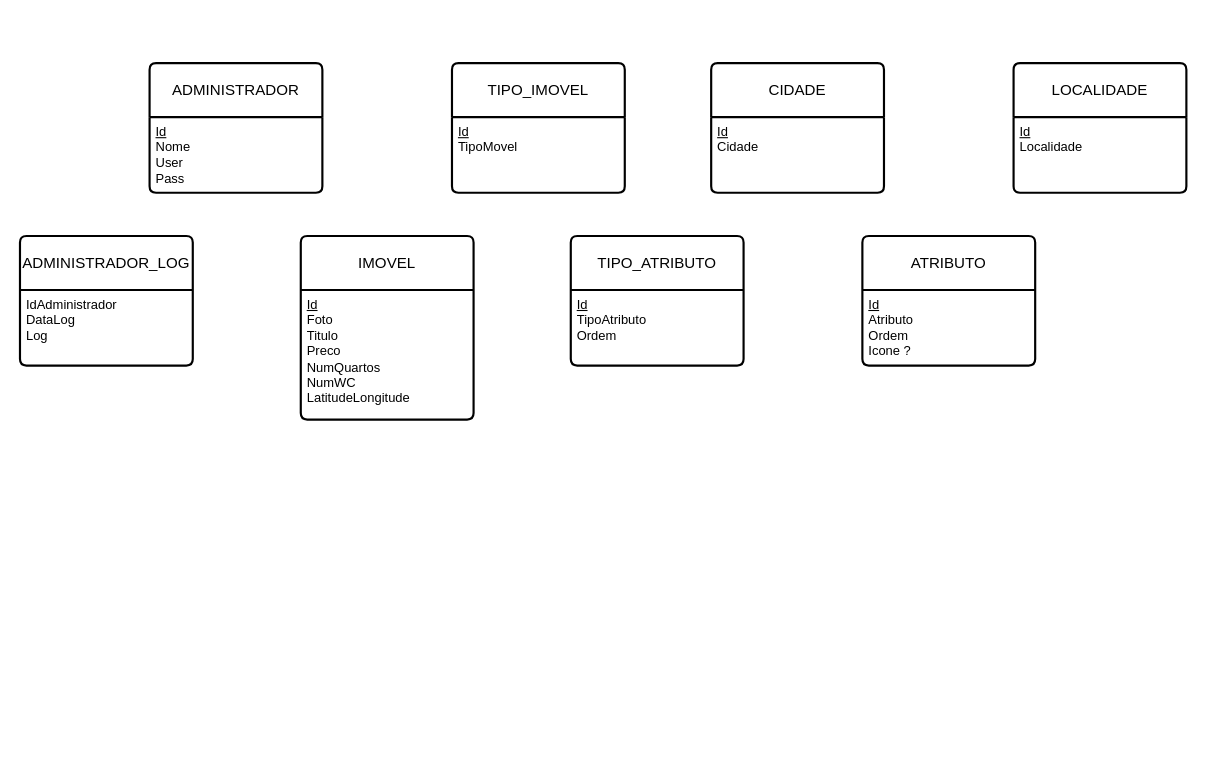
The draw.io diagram 2P-0811-TESTE-2-14625.drawio in HenriqueINA/An-lise-de-Sistemas, before the edit. Source tidied: cells renumbered, new cells numbered last; positions are measured from the earlier drawing's top-left corner, leaving out a move shared by most shapes. Both pictures are drawn from the tidied source at 108%, with x=0, y=0 at pixel (19, 63).
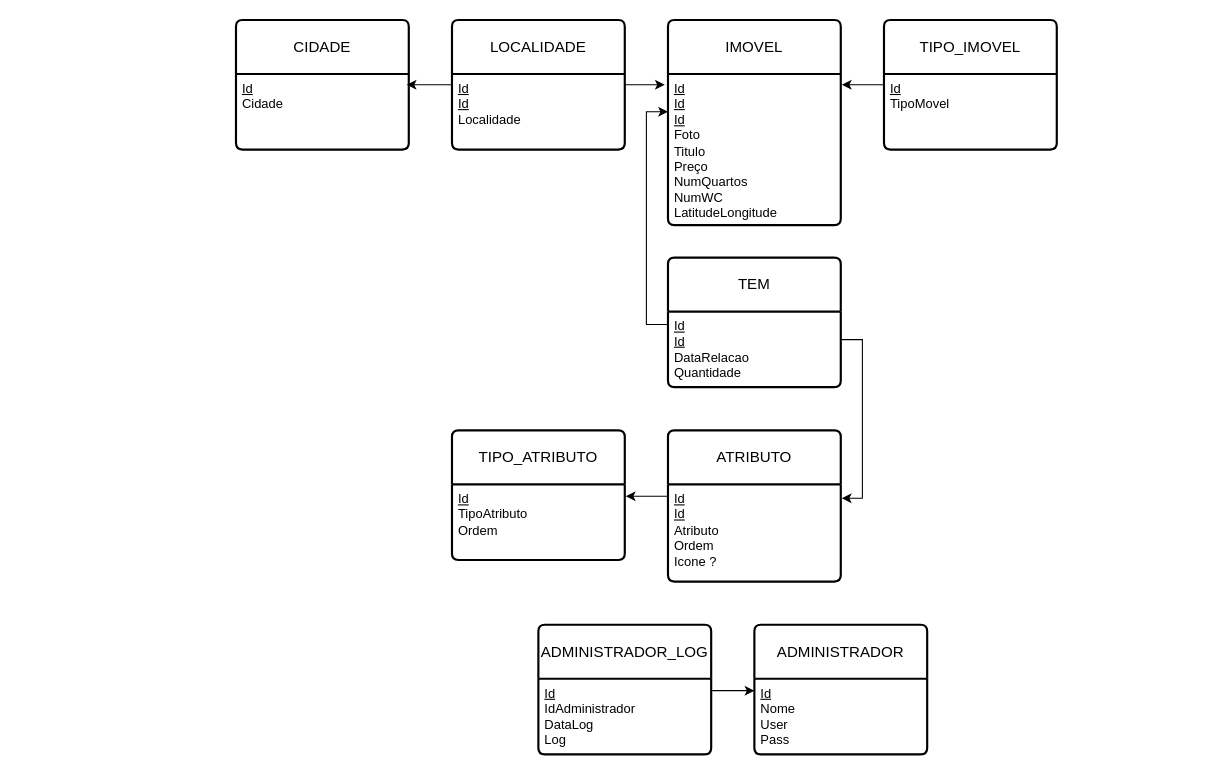
The same page after the edit.

Unchanged cells that the change refers to:
```xml
<mxCell id="3" value="&lt;u&gt;Id&lt;/u&gt;&lt;div&gt;Nome&lt;/div&gt;&lt;div&gt;User&lt;br&gt;Pass&lt;/div&gt;" style="align=left;strokeColor=none;fillColor=none;spacingLeft=4;spacingRight=4;fontSize=12;verticalAlign=top;html=1;whiteSpace=wrap;" parent="2" vertex="1">
  <mxGeometry y="50" width="160" height="70" as="geometry" />
</mxCell>
<mxCell id="17" value="&lt;u&gt;Id&lt;/u&gt;&lt;div&gt;TipoAtributo&lt;/div&gt;&lt;div&gt;Ordem&lt;/div&gt;" style="align=left;strokeColor=none;fillColor=none;spacingLeft=4;spacingRight=4;fontSize=12;verticalAlign=top;html=1;whiteSpace=wrap;" parent="16" vertex="1">
  <mxGeometry y="50" width="160" height="70" as="geometry" />
</mxCell>
```

Diff of the diagram source:
```diff
@@
     <mxCell id="2" value="ADMINISTRADOR" style="swimlane;horizontal=1;startSize=50;rounded=1;fontSize=14;fontStyle=0;strokeWidth=2;shadow=0;dashed=0;align=center;arcSize=4;whiteSpace=wrap;html=1;" parent="1" vertex="1">
-      <mxGeometry x="120" width="160" height="120" as="geometry" />
+      <mxGeometry x="680" y="520" width="160" height="120" as="geometry" />
     </mxCell>
@@
     <mxCell id="4" value="TIPO_IMOVEL" style="swimlane;horizontal=1;startSize=50;rounded=1;fontSize=14;fontStyle=0;strokeWidth=2;shadow=0;dashed=0;align=center;arcSize=4;whiteSpace=wrap;html=1;" parent="1" vertex="1">
-      <mxGeometry x="400" width="160" height="120" as="geometry" />
+      <mxGeometry x="800" y="-40" width="160" height="120" as="geometry" />
     </mxCell>
@@
     <mxCell id="6" value="CIDADE" style="swimlane;horizontal=1;startSize=50;rounded=1;fontSize=14;fontStyle=0;strokeWidth=2;shadow=0;dashed=0;align=center;arcSize=4;whiteSpace=wrap;html=1;" parent="1" vertex="1">
-      <mxGeometry x="640" width="160" height="120" as="geometry" />
+      <mxGeometry x="200" y="-40" width="160" height="120" as="geometry" />
     </mxCell>
-    <mxCell id="7" value="&lt;u&gt;Id&lt;/u&gt;&lt;div&gt;Cidade&lt;/div&gt;" style="align=left;strokeColor=none;fillColor=none;spacingLeft=4;spacingRight=4;fontSize=12;verticalAlign=top;html=1;whiteSpace=wrap;" parent="6" vertex="1">
+    <mxCell id="7" value="&lt;div&gt;&lt;u style=&quot;background-color: transparent; color: light-dark(rgb(0, 0, 0), rgb(255, 255, 255));&quot;&gt;Id&lt;/u&gt;&lt;/div&gt;&lt;div&gt;Cidade&lt;/div&gt;" style="align=left;strokeColor=none;fillColor=none;spacingLeft=4;spacingRight=4;fontSize=12;verticalAlign=top;html=1;whiteSpace=wrap;" parent="6" vertex="1">
       <mxGeometry y="50" width="160" height="70" as="geometry" />
     </mxCell>
     <mxCell id="8" value="LOCALIDADE" style="swimlane;horizontal=1;startSize=50;rounded=1;fontSize=14;fontStyle=0;strokeWidth=2;shadow=0;dashed=0;align=center;arcSize=4;whiteSpace=wrap;html=1;" parent="1" vertex="1">
-      <mxGeometry x="920" width="160" height="120" as="geometry" />
+      <mxGeometry x="400" y="-40" width="160" height="120" as="geometry" />
     </mxCell>
-    <mxCell id="9" value="&lt;u&gt;Id&lt;/u&gt;&lt;div&gt;Localidade&lt;/div&gt;" style="align=left;strokeColor=none;fillColor=none;spacingLeft=4;spacingRight=4;fontSize=12;verticalAlign=top;html=1;whiteSpace=wrap;" parent="8" vertex="1">
+    <mxCell id="9" value="&lt;div&gt;&lt;u&gt;Id&lt;/u&gt;&lt;/div&gt;&lt;u&gt;Id&lt;/u&gt;&lt;div&gt;Localidade&lt;/div&gt;" style="align=left;strokeColor=none;fillColor=none;spacingLeft=4;spacingRight=4;fontSize=12;verticalAlign=top;html=1;whiteSpace=wrap;" parent="8" vertex="1">
       <mxGeometry y="50" width="160" height="70" as="geometry" />
     </mxCell>
     <mxCell id="10" value="IMOVEL" style="swimlane;horizontal=1;startSize=50;rounded=1;fontSize=14;fontStyle=0;strokeWidth=2;shadow=0;dashed=0;align=center;arcSize=4;whiteSpace=wrap;html=1;" parent="1" vertex="1">
-      <mxGeometry x="260" y="160" width="160" height="170" as="geometry" />
+      <mxGeometry x="600" y="-40" width="160" height="190" as="geometry" />
     </mxCell>
-    <mxCell id="11" value="&lt;u&gt;Id&lt;/u&gt;&lt;div&gt;Foto&lt;/div&gt;&lt;div&gt;Titulo&lt;/div&gt;&lt;div&gt;Preco&lt;/div&gt;&lt;div&gt;NumQuartos&lt;/div&gt;&lt;div&gt;NumWC&lt;/div&gt;&lt;div&gt;LatitudeLongitude&lt;/div&gt;" style="align=left;strokeColor=none;fillColor=none;spacingLeft=4;spacingRight=4;fontSize=12;verticalAlign=top;html=1;whiteSpace=wrap;" parent="10" vertex="1">
-      <mxGeometry y="50" width="160" height="120" as="geometry" />
+    <mxCell id="11" value="&lt;div&gt;&lt;u&gt;Id&lt;/u&gt;&lt;/div&gt;&lt;div&gt;&lt;u&gt;Id&lt;/u&gt;&lt;/div&gt;&lt;u&gt;Id&lt;/u&gt;&lt;div&gt;Foto&lt;/div&gt;&lt;div&gt;Titulo&lt;/div&gt;&lt;div&gt;Preço&lt;/div&gt;&lt;div&gt;NumQuartos&lt;/div&gt;&lt;div&gt;NumWC&lt;/div&gt;&lt;div&gt;LatitudeLongitude&lt;/div&gt;" style="align=left;strokeColor=none;fillColor=none;spacingLeft=4;spacingRight=4;fontSize=12;verticalAlign=top;html=1;whiteSpace=wrap;" parent="10" vertex="1">
+      <mxGeometry y="50" width="160" height="140" as="geometry" />
     </mxCell>
     <mxCell id="12" value="ADMINISTRADOR_LOG" style="swimlane;horizontal=1;startSize=50;rounded=1;fontSize=14;fontStyle=0;strokeWidth=2;shadow=0;dashed=0;align=center;arcSize=4;whiteSpace=wrap;html=1;" parent="1" vertex="1">
-      <mxGeometry y="160" width="160" height="120" as="geometry" />
+      <mxGeometry x="480" y="520" width="160" height="120" as="geometry" />
     </mxCell>
-    <mxCell id="13" value="IdAdministrador&lt;div&gt;DataLog&lt;/div&gt;&lt;div&gt;Log&lt;/div&gt;" style="align=left;strokeColor=none;fillColor=none;spacingLeft=4;spacingRight=4;fontSize=12;verticalAlign=top;html=1;whiteSpace=wrap;" parent="12" vertex="1">
+    <mxCell id="13" value="&lt;div&gt;&lt;u&gt;Id&lt;/u&gt;&lt;span style=&quot;background-color: transparent; color: light-dark(rgb(0, 0, 0), rgb(255, 255, 255));&quot;&gt;&lt;/span&gt;&lt;/div&gt;&lt;div&gt;&lt;span style=&quot;background-color: transparent; color: light-dark(rgb(0, 0, 0), rgb(255, 255, 255));&quot;&gt;IdAdministrador&lt;/span&gt;&lt;/div&gt;&lt;div&gt;DataLog&lt;/div&gt;&lt;div&gt;Log&lt;/div&gt;" style="align=left;strokeColor=none;fillColor=none;spacingLeft=4;spacingRight=4;fontSize=12;verticalAlign=top;html=1;whiteSpace=wrap;" parent="12" vertex="1">
       <mxGeometry y="50" width="160" height="70" as="geometry" />
     </mxCell>
     <mxCell id="14" value="ATRIBUTO" style="swimlane;horizontal=1;startSize=50;rounded=1;fontSize=14;fontStyle=0;strokeWidth=2;shadow=0;dashed=0;align=center;arcSize=4;whiteSpace=wrap;html=1;" parent="1" vertex="1">
-      <mxGeometry x="780" y="160" width="160" height="120" as="geometry" />
+      <mxGeometry x="600" y="340" width="160" height="140" as="geometry" />
     </mxCell>
-    <mxCell id="15" value="&lt;u&gt;Id&lt;/u&gt;&lt;div&gt;Atributo&lt;/div&gt;&lt;div&gt;Ordem&lt;/div&gt;&lt;div&gt;Icone ?&lt;/div&gt;" style="align=left;strokeColor=none;fillColor=none;spacingLeft=4;spacingRight=4;fontSize=12;verticalAlign=top;html=1;whiteSpace=wrap;" parent="14" vertex="1">
-      <mxGeometry y="50" width="160" height="70" as="geometry" />
+    <mxCell id="15" value="&lt;div&gt;&lt;u&gt;Id&lt;/u&gt;&lt;/div&gt;&lt;u&gt;Id&lt;/u&gt;&lt;div&gt;Atributo&lt;/div&gt;&lt;div&gt;Ordem&lt;/div&gt;&lt;div&gt;Icone ?&lt;/div&gt;" style="align=left;strokeColor=none;fillColor=none;spacingLeft=4;spacingRight=4;fontSize=12;verticalAlign=top;html=1;whiteSpace=wrap;" parent="14" vertex="1">
+      <mxGeometry y="50" width="160" height="90" as="geometry" />
     </mxCell>
     <mxCell id="16" value="TIPO_ATRIBUTO" style="swimlane;horizontal=1;startSize=50;rounded=1;fontSize=14;fontStyle=0;strokeWidth=2;shadow=0;dashed=0;align=center;arcSize=4;whiteSpace=wrap;html=1;" parent="1" vertex="1">
-      <mxGeometry x="510" y="160" width="160" height="120" as="geometry" />
+      <mxGeometry x="400" y="340" width="160" height="120" as="geometry" />
     </mxCell>
@@
+    <mxCell id="18" style="edgeStyle=orthogonalEdgeStyle;rounded=0;jettySize=auto;html=1;exitX=1.006;exitY=0.157;exitDx=0;exitDy=0;entryX=0;entryY=0.157;entryDx=0;entryDy=0;entryPerimeter=0;exitPerimeter=0;" parent="1" edge="1" source="13" target="3">
+      <mxGeometry relative="1" as="geometry" />
+    </mxCell>
+    <mxCell id="19" style="edgeStyle=orthogonalEdgeStyle;rounded=0;jettySize=auto;html=1;exitX=0;exitY=0.5;exitDx=0;exitDy=0;entryX=0.988;entryY=0.143;entryDx=0;entryDy=0;entryPerimeter=0;" parent="1" edge="1" source="8" target="7">
+      <mxGeometry relative="1" as="geometry" />
+    </mxCell>
+    <mxCell id="20" style="edgeStyle=orthogonalEdgeStyle;rounded=0;jettySize=auto;html=1;exitX=0;exitY=0.5;exitDx=0;exitDy=0;entryX=1.006;entryY=0.077;entryDx=0;entryDy=0;entryPerimeter=0;" parent="1" edge="1" source="4" target="11">
+      <mxGeometry relative="1" as="geometry" />
+    </mxCell>
+    <mxCell id="21" style="edgeStyle=orthogonalEdgeStyle;rounded=0;jettySize=auto;html=1;entryX=-0.019;entryY=0.071;entryDx=0;entryDy=0;entryPerimeter=0;exitX=1;exitY=0.143;exitDx=0;exitDy=0;exitPerimeter=0;" parent="1" edge="1" source="9" target="11">
+      <mxGeometry relative="1" as="geometry" />
+    </mxCell>
+    <mxCell id="22" value="TEM" style="swimlane;horizontal=1;startSize=50;rounded=1;fontSize=14;fontStyle=0;strokeWidth=2;shadow=0;dashed=0;align=center;arcSize=4;whiteSpace=wrap;html=1;" parent="1" vertex="1">
+      <mxGeometry x="600" y="180" width="160" height="120" as="geometry" />
+    </mxCell>
+    <mxCell id="23" value="&lt;u&gt;Id&lt;/u&gt;&lt;div&gt;&lt;u&gt;Id&lt;/u&gt;&lt;/div&gt;&lt;div&gt;DataRelacao&lt;/div&gt;&lt;div&gt;Quantidade&lt;/div&gt;" style="align=left;strokeColor=none;fillColor=none;spacingLeft=4;spacingRight=4;fontSize=12;verticalAlign=top;html=1;whiteSpace=wrap;" parent="22" vertex="1">
+      <mxGeometry y="50" width="160" height="70" as="geometry" />
+    </mxCell>
+    <mxCell id="24" style="edgeStyle=orthogonalEdgeStyle;rounded=0;jettySize=auto;html=1;exitX=-0.006;exitY=0.171;exitDx=0;exitDy=0;entryX=0;entryY=0.25;entryDx=0;entryDy=0;exitPerimeter=0;" parent="1" edge="1" source="23" target="11">
+      <mxGeometry relative="1" as="geometry" />
+    </mxCell>
+    <mxCell id="25" style="edgeStyle=orthogonalEdgeStyle;rounded=0;jettySize=auto;html=1;exitX=1;exitY=0.371;exitDx=0;exitDy=0;entryX=1.006;entryY=0.143;entryDx=0;entryDy=0;entryPerimeter=0;exitPerimeter=0;" parent="1" edge="1" source="23" target="15">
+      <mxGeometry relative="1" as="geometry" />
+    </mxCell>
+    <mxCell id="26" style="edgeStyle=orthogonalEdgeStyle;rounded=0;jettySize=auto;html=1;exitX=0;exitY=0.122;exitDx=0;exitDy=0;entryX=1.006;entryY=0.157;entryDx=0;entryDy=0;entryPerimeter=0;exitPerimeter=0;" parent="1" edge="1" source="15" target="17">
+      <mxGeometry relative="1" as="geometry" />
+    </mxCell>
```
